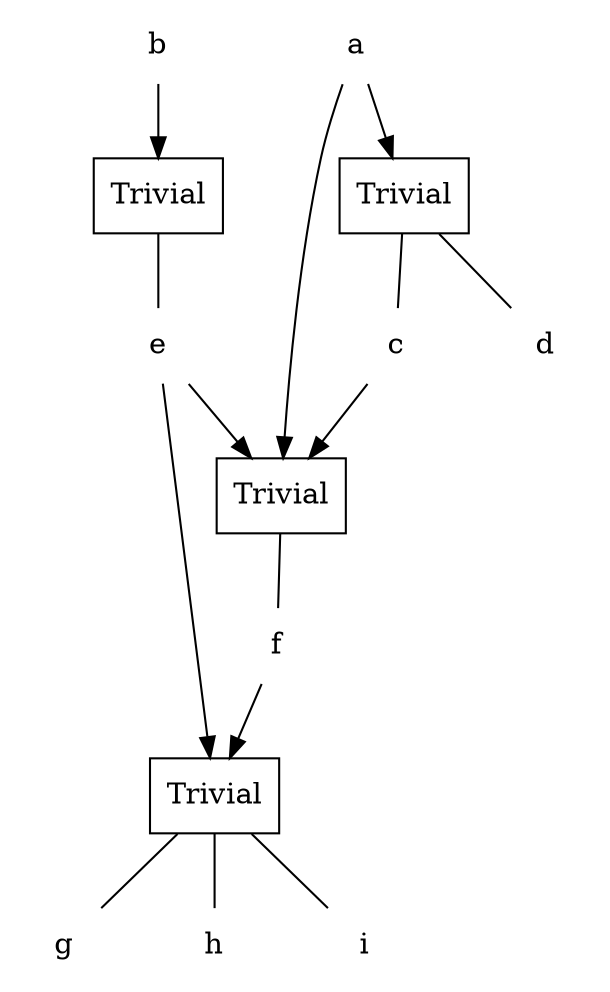
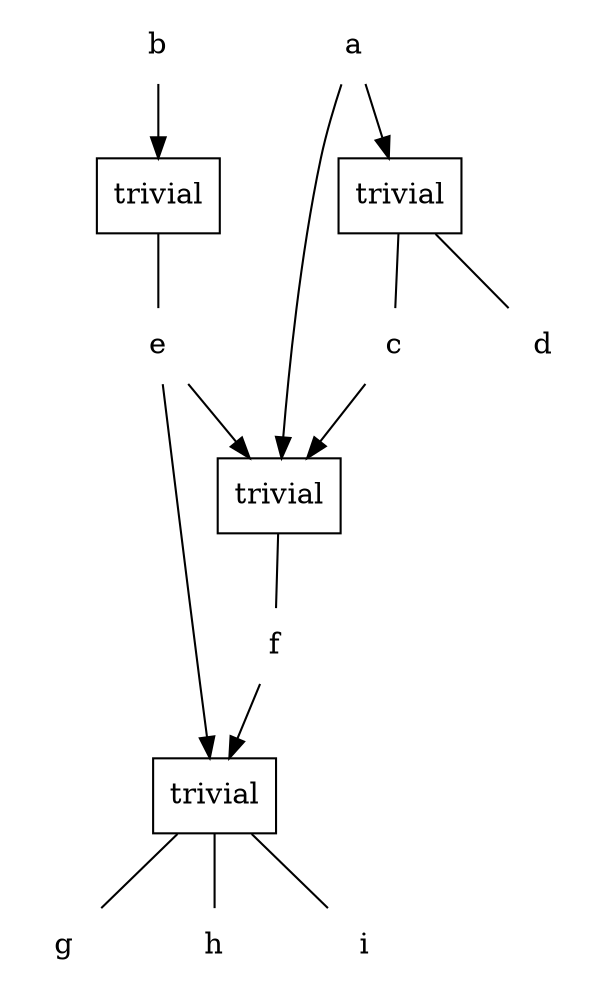
digraph G{
  bgcolor = "transparent";

  subgraph cards {
    node [shape = "box" style = "filled"];
-     "1" [label = "Trivial" fillcolor = "transparent"];
-     "2" [label = "Trivial" fillcolor = "white"];
-     "3" [label = "Trivial" fillcolor = "white"];
-     "4" [label = "Trivial" fillcolor = "white"];
+     "1" [label = "trivial" fillcolor = "transparent"];
+     "2" [label = "trivial" fillcolor = "white"];
+     "3" [label = "trivial" fillcolor = "white"];
+     "4" [label = "trivial" fillcolor = "white"];
  }

  subgraph vars {
    node [shape = "none"];
    "5" [label = "f"];
    "6" [label = "c"];
    "7" [label = "d"];
    "8" [label = "e"];
    "9" [label = "g"];
    "10" [label = "h"];
    "11" [label = "i"];
    "12" [label = "a"];
    "13" [label = "b"];
  }

  edge [arrowhead = "none"];
  "1" -> {"5"};
  "2" -> {"6" "7"};
  "3" -> {"8"};
  "4" -> {"9" "10" "11"};

  edge [arrowhead = "normal"];
  "5" -> {"4"};
  "6" -> {"1"};
  "8" -> {"1" "4"};
  "12" -> {"1" "2"};
  "13" -> {"3"};
}
